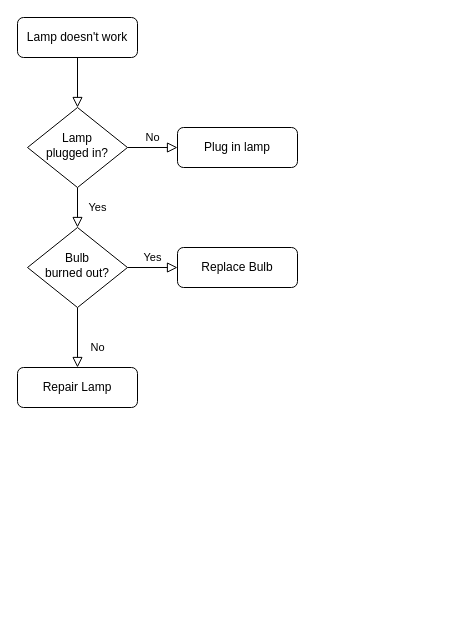
Above: hello/未命名绘图.drawio in White1943/drawio (draw.io), before the change. Source tidied: cells renumbered, new cells numbered last; positions are measured from the earlier drawing's top-left corner, leaving out a move shared by most shapes. Both pictures are drawn from the tidied source at 100%, with x=0, y=0 at pixel (17, 17).
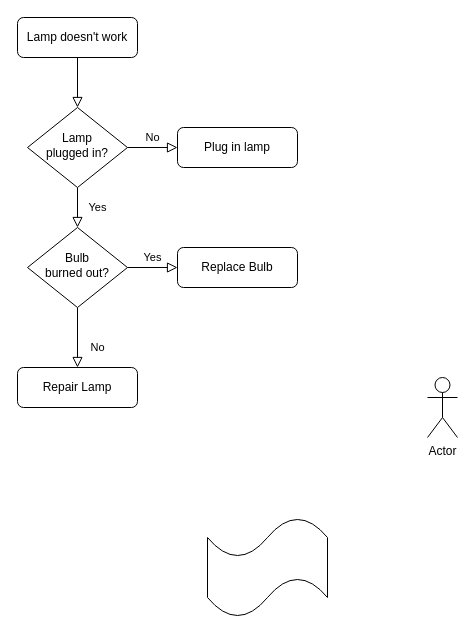
Above is the later version.

Commit message:
更新未命名绘图.drawio

Diff of the diagram source:
```diff
@@
 <mxGraphModel>
   <root>
     <mxCell id="0" />
     <mxCell id="1" parent="0" />
     <mxCell id="2" style="rounded=0;html=1;jettySize=auto;fontSize=11;endArrow=block;endFill=0;endSize=8;strokeWidth=1;shadow=0;labelBackgroundColor=none;edgeStyle=orthogonalEdgeStyle;" parent="1" edge="1" source="3" target="6">
       <mxGeometry relative="1" as="geometry" />
     </mxCell>
     <mxCell id="3" value="Lamp doesn't work" style="rounded=1;whiteSpace=wrap;html=1;fontSize=12;glass=0;strokeWidth=1;shadow=0;" parent="1" vertex="1">
       <mxGeometry width="120" height="40" as="geometry" />
     </mxCell>
     <mxCell id="4" value="Yes" style="rounded=0;html=1;jettySize=auto;fontSize=11;endArrow=block;endFill=0;endSize=8;strokeWidth=1;shadow=0;labelBackgroundColor=none;edgeStyle=orthogonalEdgeStyle;" parent="1" edge="1" source="6" target="10">
       <mxGeometry y="20" relative="1" as="geometry" />
     </mxCell>
     <mxCell id="5" value="No" style="edgeStyle=orthogonalEdgeStyle;rounded=0;html=1;jettySize=auto;fontSize=11;endArrow=block;endFill=0;endSize=8;strokeWidth=1;shadow=0;labelBackgroundColor=none;" parent="1" edge="1" source="6" target="7">
       <mxGeometry y="10" relative="1" as="geometry" />
     </mxCell>
     <mxCell id="6" value="Lamp&lt;br&gt;plugged in?" style="rhombus;whiteSpace=wrap;html=1;shadow=0;fontFamily=Helvetica;fontSize=12;align=center;strokeWidth=1;spacing=6;spacingTop=-4;" parent="1" vertex="1">
       <mxGeometry x="10" y="90" width="100" height="80" as="geometry" />
     </mxCell>
     <mxCell id="7" value="Plug in lamp" style="rounded=1;whiteSpace=wrap;html=1;fontSize=12;glass=0;strokeWidth=1;shadow=0;" parent="1" vertex="1">
       <mxGeometry x="160" y="110" width="120" height="40" as="geometry" />
     </mxCell>
     <mxCell id="8" value="No" style="rounded=0;html=1;jettySize=auto;fontSize=11;endArrow=block;endFill=0;endSize=8;strokeWidth=1;shadow=0;labelBackgroundColor=none;edgeStyle=orthogonalEdgeStyle;" parent="1" edge="1" source="10" target="11">
       <mxGeometry x="0.33" y="20" relative="1" as="geometry" />
     </mxCell>
     <mxCell id="9" value="Yes" style="edgeStyle=orthogonalEdgeStyle;rounded=0;html=1;jettySize=auto;fontSize=11;endArrow=block;endFill=0;endSize=8;strokeWidth=1;shadow=0;labelBackgroundColor=none;" parent="1" edge="1" source="10" target="12">
       <mxGeometry y="10" relative="1" as="geometry" />
     </mxCell>
     <mxCell id="10" value="Bulb&lt;br&gt;burned out?" style="rhombus;whiteSpace=wrap;html=1;shadow=0;fontFamily=Helvetica;fontSize=12;align=center;strokeWidth=1;spacing=6;spacingTop=-4;" parent="1" vertex="1">
       <mxGeometry x="10" y="210" width="100" height="80" as="geometry" />
     </mxCell>
     <mxCell id="11" value="Repair Lamp" style="rounded=1;whiteSpace=wrap;html=1;fontSize=12;glass=0;strokeWidth=1;shadow=0;" parent="1" vertex="1">
       <mxGeometry y="350" width="120" height="40" as="geometry" />
     </mxCell>
     <mxCell id="12" value="Replace Bulb" style="rounded=1;whiteSpace=wrap;html=1;fontSize=12;glass=0;strokeWidth=1;shadow=0;" parent="1" vertex="1">
       <mxGeometry x="160" y="230" width="120" height="40" as="geometry" />
     </mxCell>
+    <mxCell id="13" style="shape=tape;whiteSpace=wrap;html=1;" parent="1" vertex="1">
+      <mxGeometry x="190" y="500" width="120" height="100" as="geometry" />
+    </mxCell>
+    <mxCell id="14" value="Actor" style="shape=umlActor;verticalLabelPosition=bottom;verticalAlign=top;html=1;" parent="1" vertex="1">
+      <mxGeometry x="410" y="360" width="30" height="60" as="geometry" />
+    </mxCell>
   </root>
 </mxGraphModel>
```
